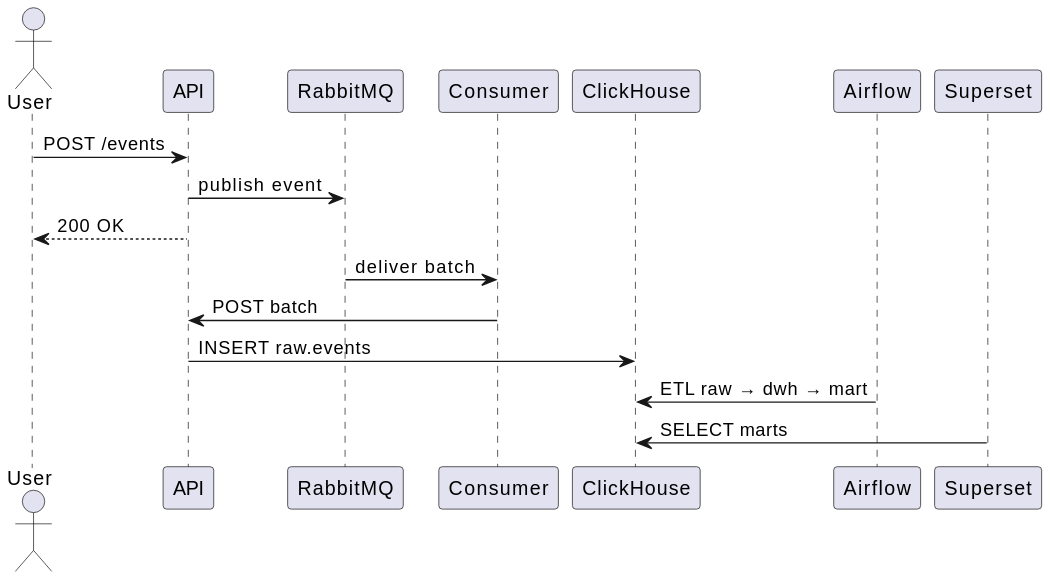
This is assets/sequence_diagram.svg from egota1n/abds_project, a PlantUML export, as it was before one commit. The source it was exported from:
```plantuml
@startuml
actor User
participant API
participant RabbitMQ
participant Consumer
participant ClickHouse
participant Airflow
participant Superset

User -> API: POST /events
API -> RabbitMQ: publish event
API --> User: 200 OK

RabbitMQ -> Consumer: deliver batch
Consumer -> API: POST batch
API -> ClickHouse: INSERT raw.events

Airflow -> ClickHouse: ETL raw → dwh → mart
Superset -> ClickHouse: SELECT marts
@enduml
```
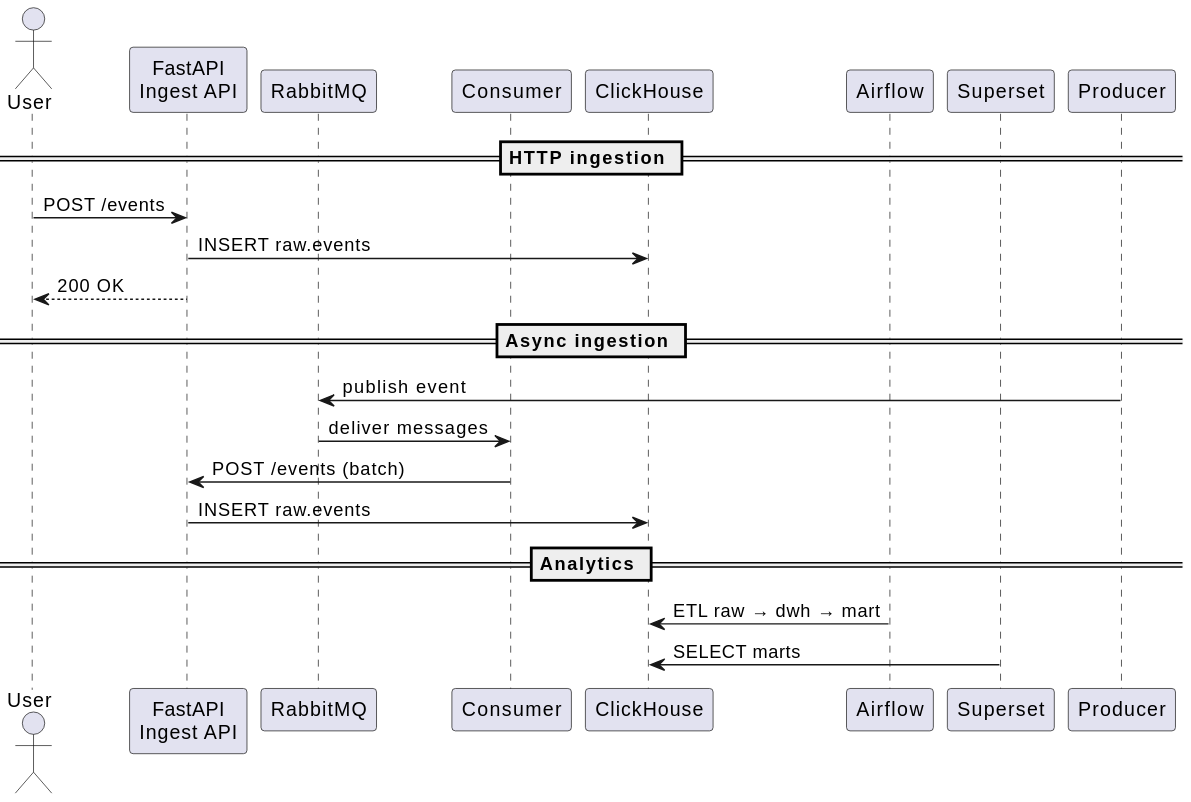
After the change.

Commit message:
FIX: Исправлена Sequence Diagram

- Исправлена ошибка доставки через API
- Показан процесс доставки через generator/consumer

The edit, as a diff of the source:
```diff
@@ -1,20 +1,24 @@
 @startuml
 actor User
-participant API
+participant "FastAPI\nIngest API" as API
 participant RabbitMQ
 participant Consumer
 participant ClickHouse
 participant Airflow
 participant Superset
 
+== HTTP ingestion ==
 User -> API: POST /events
-API -> RabbitMQ: publish event
+API -> ClickHouse: INSERT raw.events
 API --> User: 200 OK
 
-RabbitMQ -> Consumer: deliver batch
-Consumer -> API: POST batch
+== Async ingestion ==
+Producer -> RabbitMQ: publish event
+RabbitMQ -> Consumer: deliver messages
+Consumer -> API: POST /events (batch)
 API -> ClickHouse: INSERT raw.events
 
+== Analytics ==
 Airflow -> ClickHouse: ETL raw → dwh → mart
 Superset -> ClickHouse: SELECT marts
 @enduml
```
